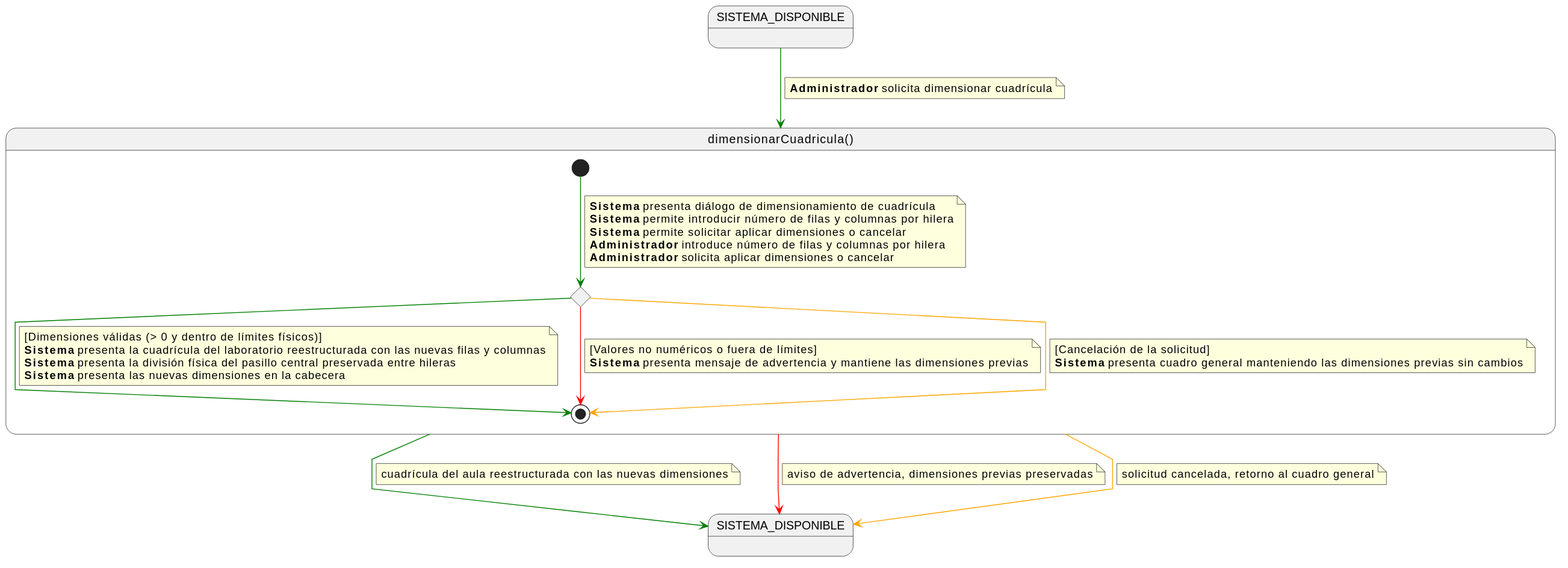
This is images/01-requisitos/01-detalle-casos-uso/dimensionarCuadricula/especificacion.svg from Carlos-Lima2510/mesh-panel, a PlantUML export, as it was before one commit.
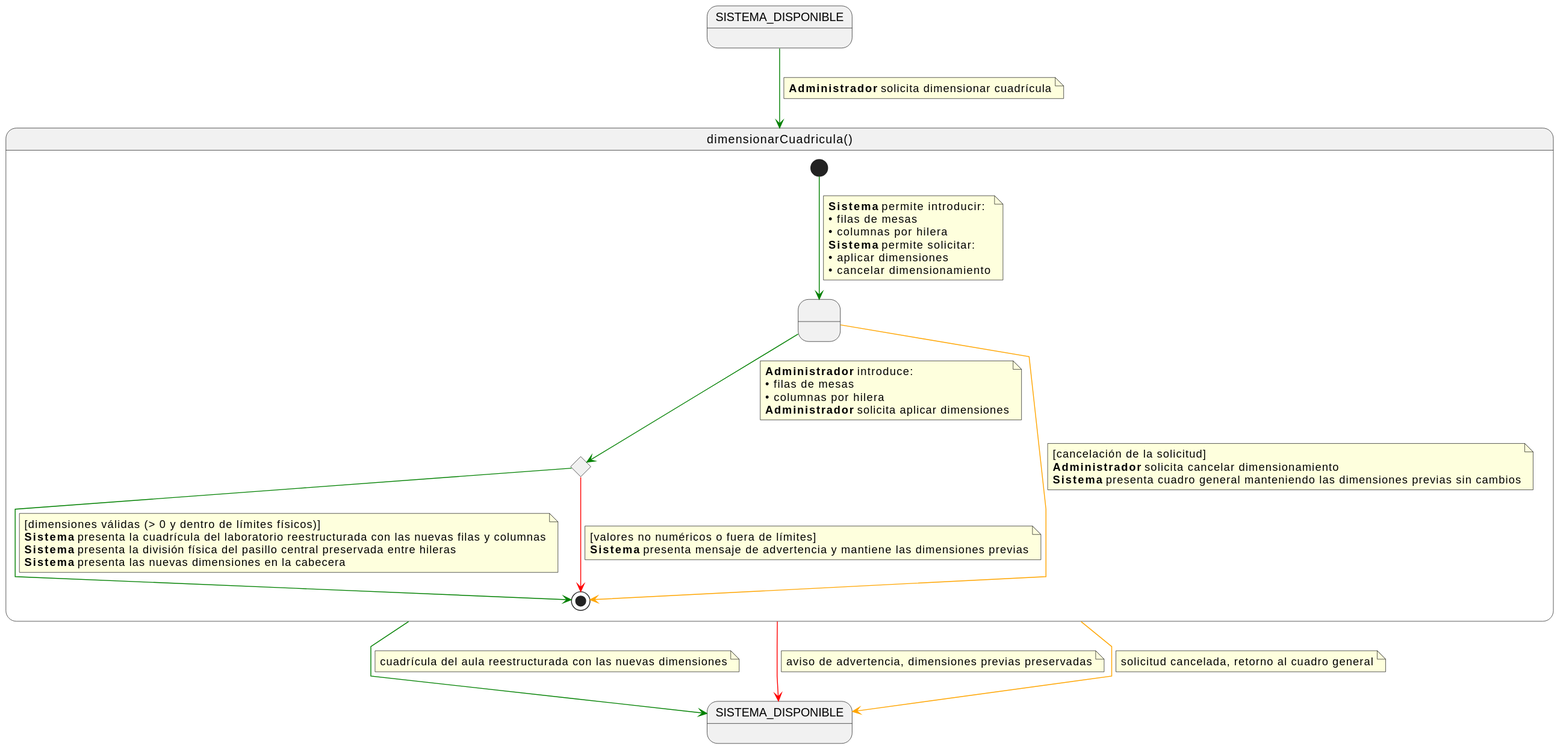
Above is the later version.

Diff of the diagram source:
```diff
@@ -11,20 +11,37 @@
 
 state dimensionarCuadricula as "dimensionarCuadricula()" {
 
+    state " " as DimensionandoCuadricula
     state c <<choice>>
 
-    [*] -[#green]-> c
+    [*] -[#green]-> DimensionandoCuadricula
     note on link
-    <b>Sistema</b> presenta diálogo de dimensionamiento de cuadrícula
-    <b>Sistema</b> permite introducir número de filas y columnas por hilera
-    <b>Sistema</b> permite solicitar aplicar dimensiones o cancelar
-    <b>Administrador</b> introduce número de filas y columnas por hilera
-    <b>Administrador</b> solicita aplicar dimensiones o cancelar
+    <b>Sistema</b> permite introducir:
+    • filas de mesas
+    • columnas por hilera
+    <b>Sistema</b> permite solicitar:
+    • aplicar dimensiones
+    • cancelar dimensionamiento
+    end note
+
+    DimensionandoCuadricula -[#orange]-> [*]
+    note on link
+    [cancelación de la solicitud]
+    <b>Administrador</b> solicita cancelar dimensionamiento
+    <b>Sistema</b> presenta cuadro general manteniendo las dimensiones previas sin cambios
+    end note
+
+    DimensionandoCuadricula -[#green]-> c
+    note on link
+    <b>Administrador</b> introduce:
+    • filas de mesas
+    • columnas por hilera
+    <b>Administrador</b> solicita aplicar dimensiones
     end note
 
     c -[#green]-> [*]
     note on link
-    [Dimensiones válidas (> 0 y dentro de límites físicos)]
+    [dimensiones válidas (> 0 y dentro de límites físicos)]
     <b>Sistema</b> presenta la cuadrícula del laboratorio reestructurada con las nuevas filas y columnas
     <b>Sistema</b> presenta la división física del pasillo central preservada entre hileras
     <b>Sistema</b> presenta las nuevas dimensiones en la cabecera
@@ -32,14 +49,8 @@
 
     c -[#red]-> [*]
     note on link
-    [Valores no numéricos o fuera de límites]
+    [valores no numéricos o fuera de límites]
     <b>Sistema</b> presenta mensaje de advertencia y mantiene las dimensiones previas
-    end note
-
-    c -[#orange]-> [*]
-    note on link
-    [Cancelación de la solicitud]
-    <b>Sistema</b> presenta cuadro general manteniendo las dimensiones previas sin cambios
     end note
 }
 
```
